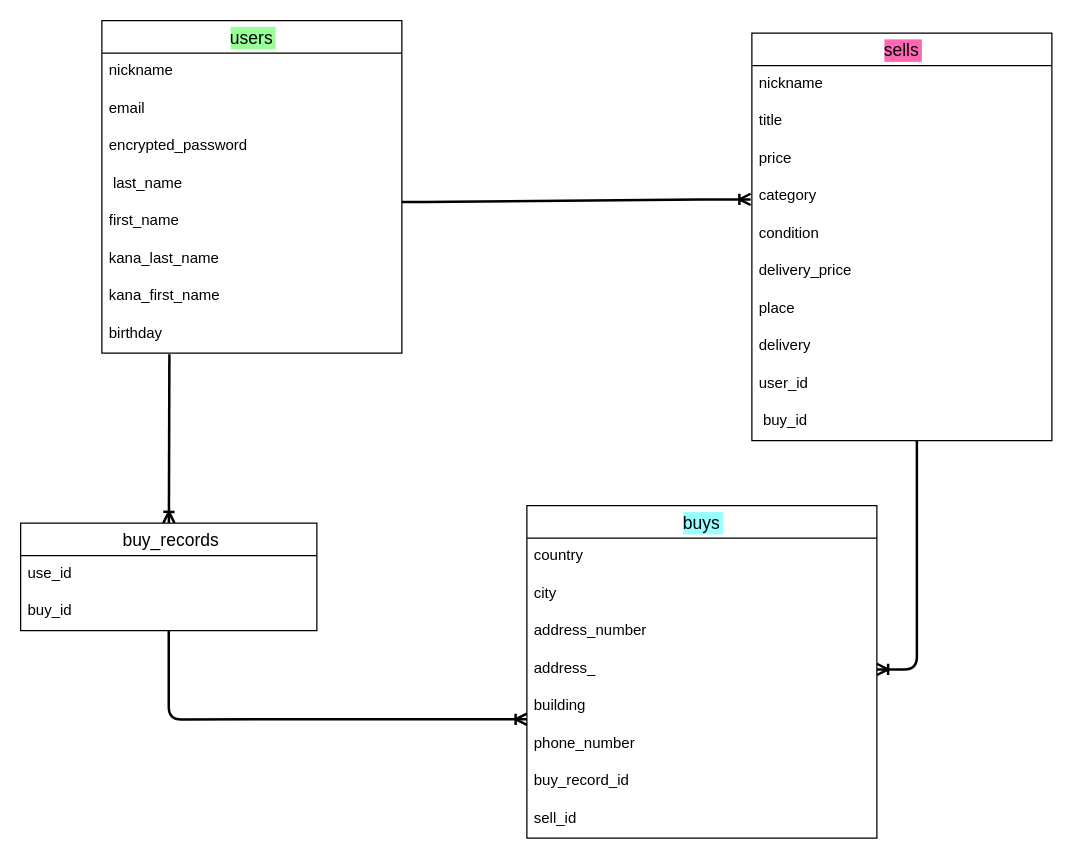
Above: furima.dio in utidayudai/furima-38448 (draw.io), before the change. Source tidied: cells renumbered, new cells numbered last; positions are measured from the earlier drawing's top-left corner, leaving out a move shared by most shapes. Both pictures are drawn from the tidied source at 125%, with x=0, y=0 at pixel (20, 20).
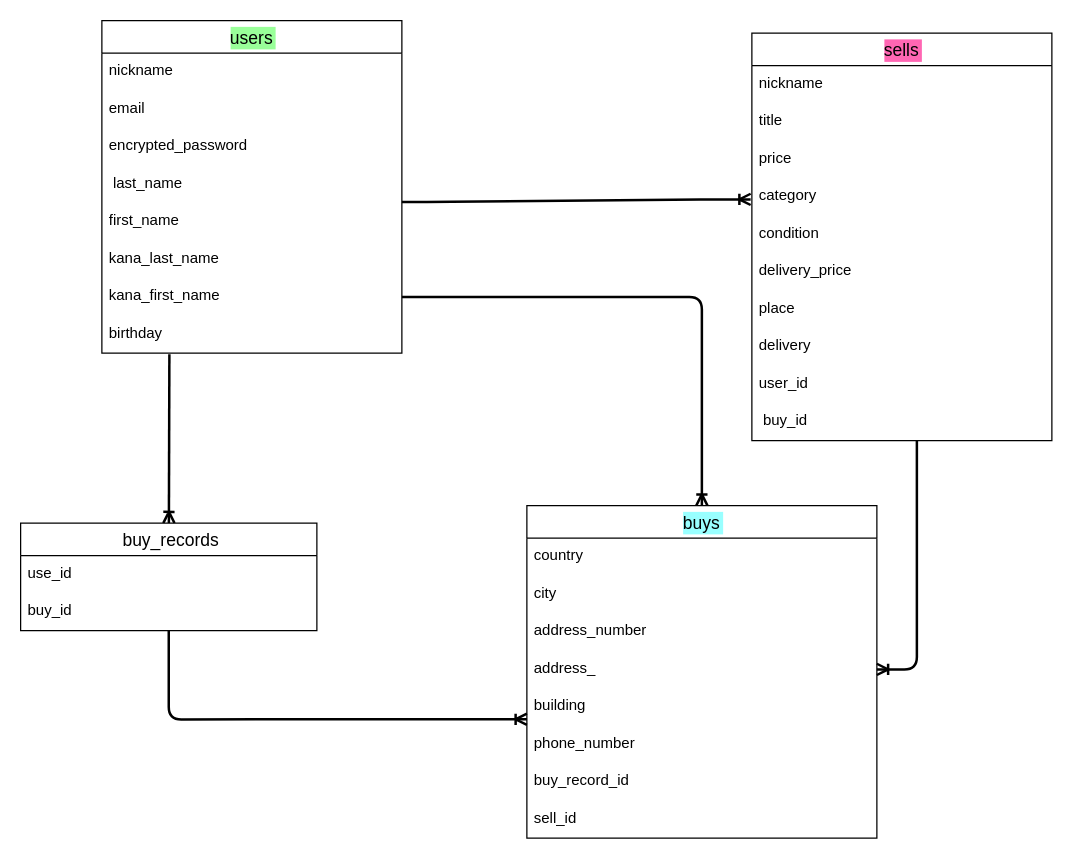
The same page after the edit.

Unchanged cells that the change refers to:
```xml
<mxCell id="10" value="kana_first_name" style="text;strokeColor=none;fillColor=none;spacingLeft=4;spacingRight=4;overflow=hidden;points=[[0,0.5],[1,0.5]];portConstraint=eastwest;fontSize=12;" parent="3" vertex="1">
  <mxGeometry y="206" width="240" height="30" as="geometry" />
</mxCell>
<mxCell id="24" value="buys" style="swimlane;fontStyle=0;horizontal=1;startSize=26;align=center;fontSize=14;labelBackgroundColor=#99FFFF;" parent="1" vertex="1">
  <mxGeometry x="405" y="388" width="280" height="266" as="geometry" />
</mxCell>
```

Diff of the diagram source:
```diff
@@
+    <mxCell id="38" style="edgeStyle=orthogonalEdgeStyle;html=1;endArrow=ERoneToMany;endFill=0;strokeWidth=2;exitX=1;exitY=0.5;exitDx=0;exitDy=0;entryX=0.5;entryY=0;entryDx=0;entryDy=0;" parent="1" edge="1" source="10" target="24">
+      <mxGeometry relative="1" as="geometry" />
+    </mxCell>
```
